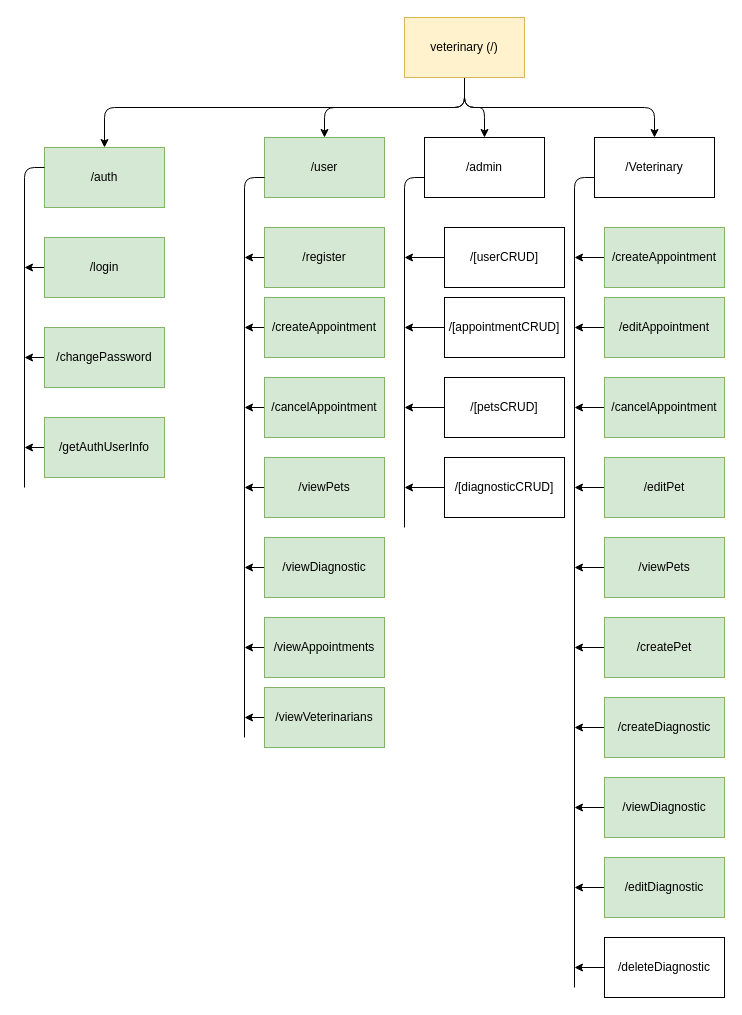
This is diagrams/NAV.drawio from fernandoach/API-VETERINARY, a draw.io file, before an edit. Source tidied: cells renumbered, new cells numbered last; positions are measured from the earlier drawing's top-left corner, leaving out a move shared by most shapes. Both pictures are drawn from the tidied source at 100%, with x=0, y=0 at pixel (24, 17).
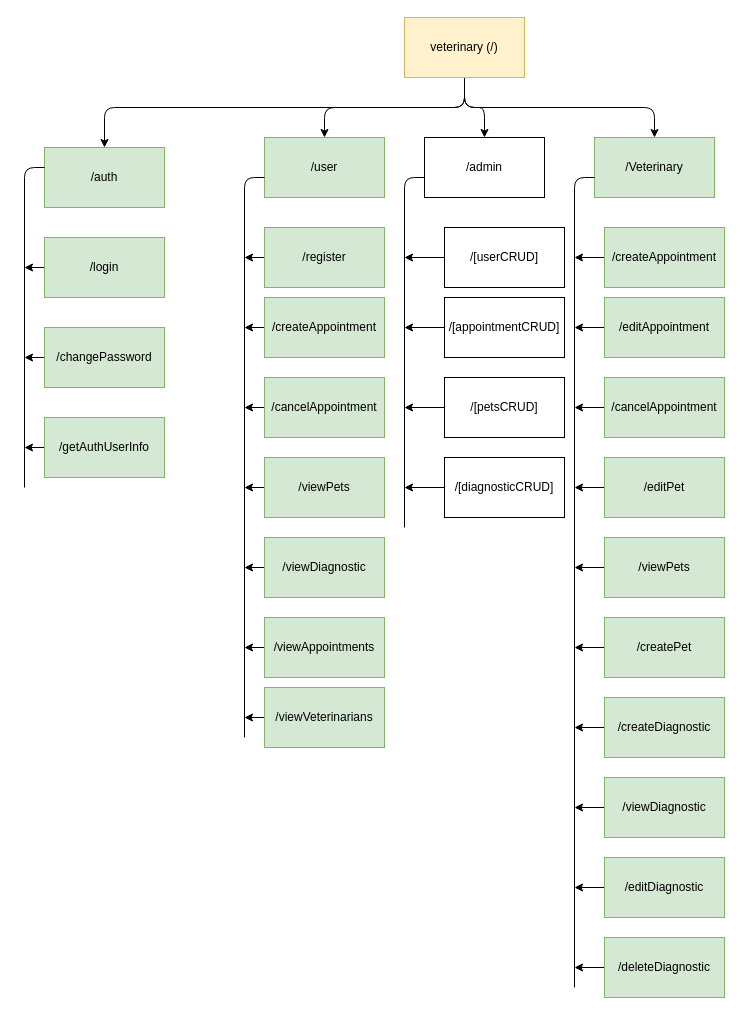
Above is the later version.

Commit message (it also covers changes not shown here):
ADD: /veterinary/deleteDiagnostic/:idAppointment

What changed in the source:
```diff
@@
-    <mxCell id="9" value="/Veterinary" style="rounded=0;whiteSpace=wrap;html=1;" parent="1" vertex="1">
+    <mxCell id="9" value="/Veterinary" style="rounded=0;whiteSpace=wrap;html=1;fillColor=#d5e8d4;strokeColor=#82b366;" parent="1" vertex="1">
       <mxGeometry x="570" y="120" width="120" height="60" as="geometry" />
     </mxCell>
@@
-    <mxCell id="56" value="/deleteDiagnostic" style="rounded=0;whiteSpace=wrap;html=1;" parent="1" vertex="1">
+    <mxCell id="56" value="/deleteDiagnostic" style="rounded=0;whiteSpace=wrap;html=1;fillColor=#d5e8d4;strokeColor=#82b366;" parent="1" vertex="1">
       <mxGeometry x="580" y="920" width="120" height="60" as="geometry" />
     </mxCell>
```
